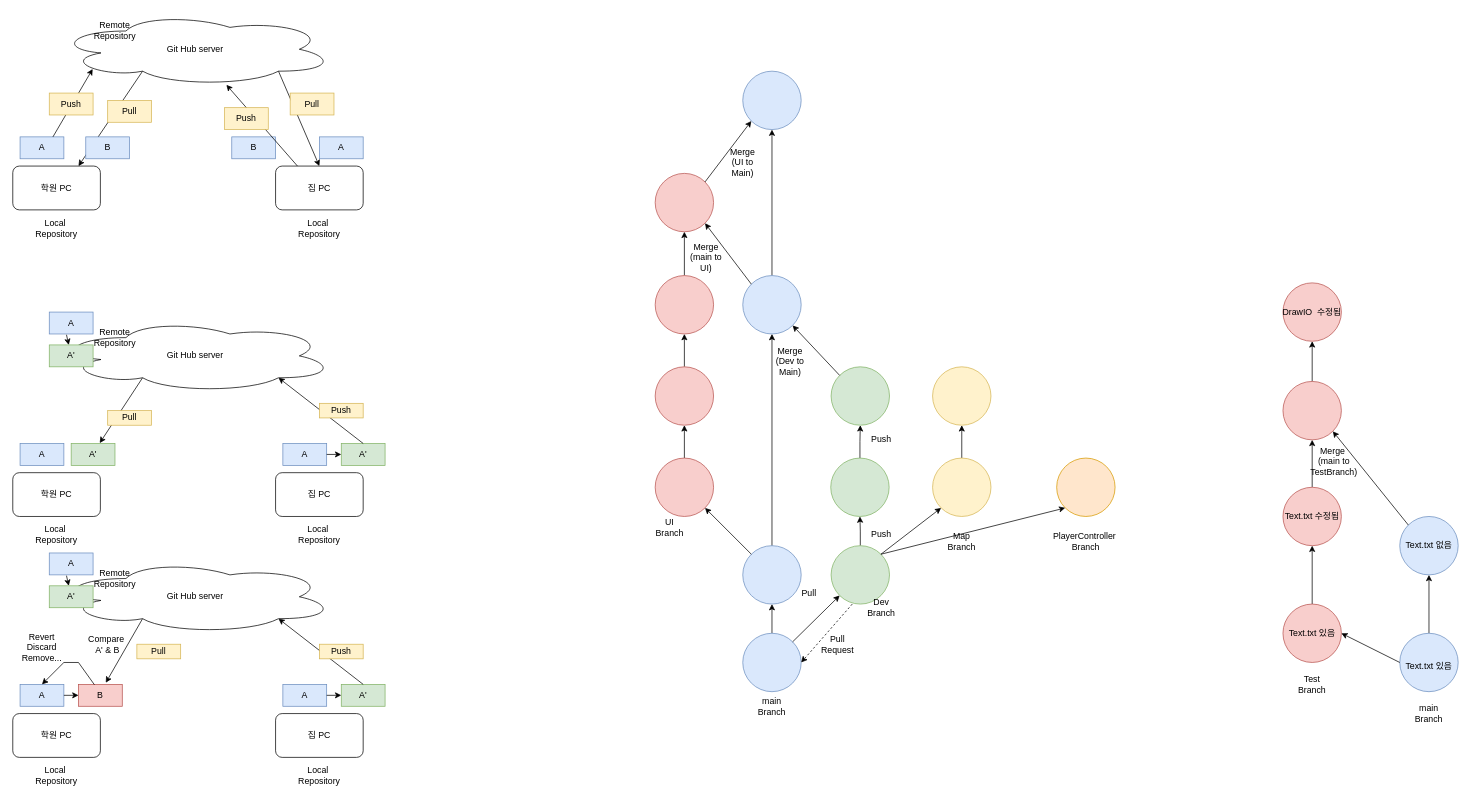
Above: GitHub.drawio in luke-youngmin-cho/Client_1st (draw.io), before the change. Source tidied: cells renumbered, new cells numbered last; positions are measured from the earlier drawing's top-left corner, leaving out a move shared by most shapes. Both pictures are drawn from the tidied source at 73%, with x=0, y=0 at pixel (12, 12).
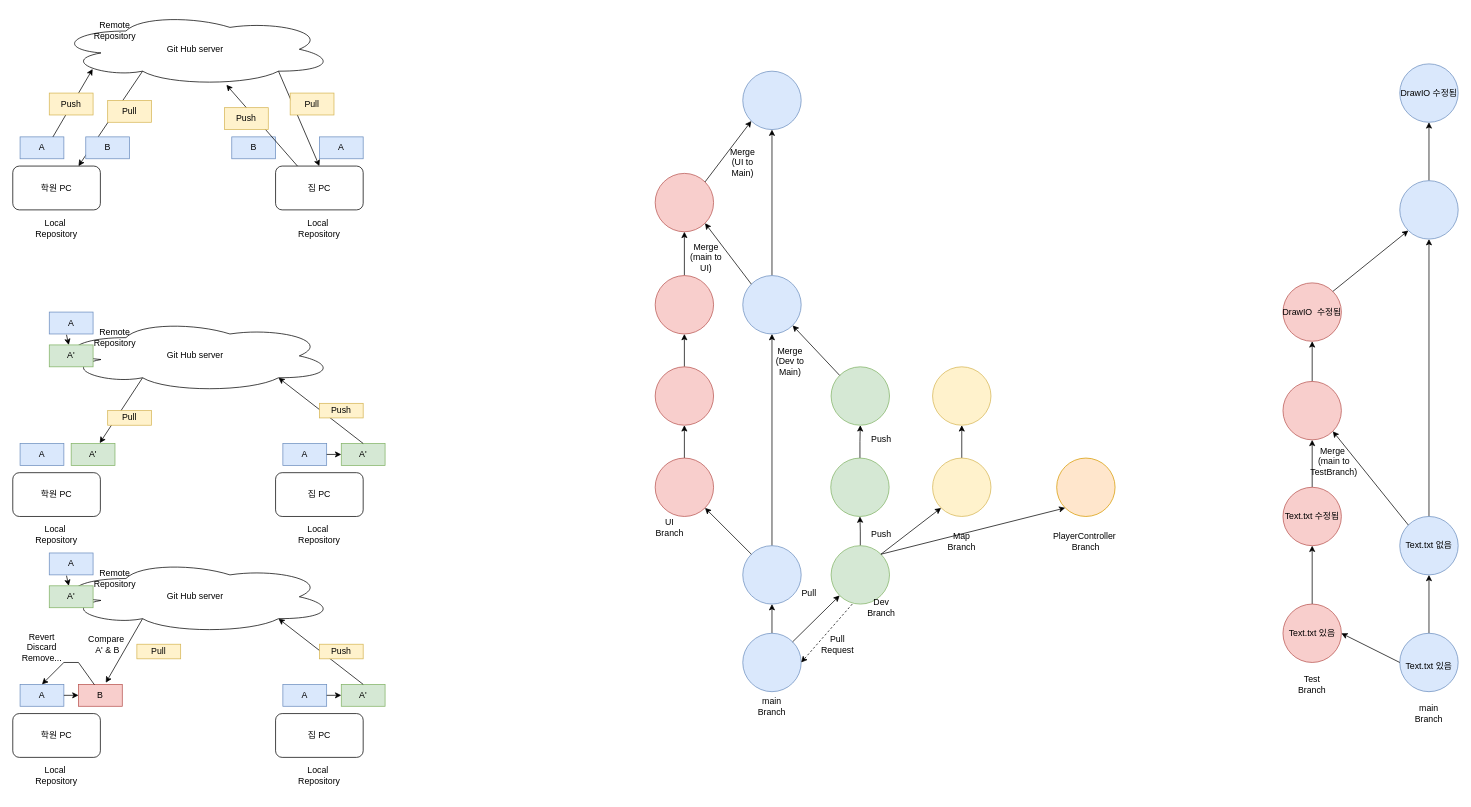
The same diagram, later.

Commit message:
GitHub Concept

Updated DrawIO

The change refers to these unchanged cells:
```xml
<mxCell id="105" style="ellipse;whiteSpace=wrap;html=1;fillColor=#dae8fc;strokeColor=#6c8ebf;" parent="1" vertex="1">
  <mxGeometry x="1900" y="690" width="80" height="80" as="geometry" />
</mxCell>
<mxCell id="121" style="ellipse;whiteSpace=wrap;html=1;fillColor=#f8cecc;strokeColor=#b85450;" parent="1" vertex="1">
  <mxGeometry x="1740" y="370" width="80" height="80" as="geometry" />
</mxCell>
```

The edit, as a diff of the source:
```diff
@@
+    <mxCell id="123" style="edgeStyle=orthogonalEdgeStyle;rounded=0;jettySize=auto;html=1;entryX=0.5;entryY=1;entryDx=0;entryDy=0;" parent="1" edge="1" source="105" target="125">
+      <mxGeometry relative="1" as="geometry" />
+    </mxCell>
@@
+    <mxCell id="124" style="edgeStyle=orthogonalEdgeStyle;rounded=0;jettySize=auto;html=1;entryX=0.5;entryY=1;entryDx=0;entryDy=0;" parent="1" edge="1" source="125" target="127">
+      <mxGeometry relative="1" as="geometry" />
+    </mxCell>
+    <mxCell id="125" style="ellipse;whiteSpace=wrap;html=1;fillColor=#dae8fc;strokeColor=#6c8ebf;" parent="1" vertex="1">
+      <mxGeometry x="1900" y="230" width="80" height="80" as="geometry" />
+    </mxCell>
+    <mxCell id="126" style="endArrow=classic;html=1;rounded=0;exitX=1;exitY=0;exitDx=0;exitDy=0;entryX=0;entryY=1;entryDx=0;entryDy=0;" parent="1" edge="1" source="121" target="125">
+      <mxGeometry relative="1" as="geometry" />
+    </mxCell>
+    <mxCell id="127" value="DrawIO 수정됨" style="ellipse;whiteSpace=wrap;html=1;fillColor=#dae8fc;strokeColor=#6c8ebf;" parent="1" vertex="1">
+      <mxGeometry x="1900" y="70" width="80" height="80" as="geometry" />
+    </mxCell>
```
